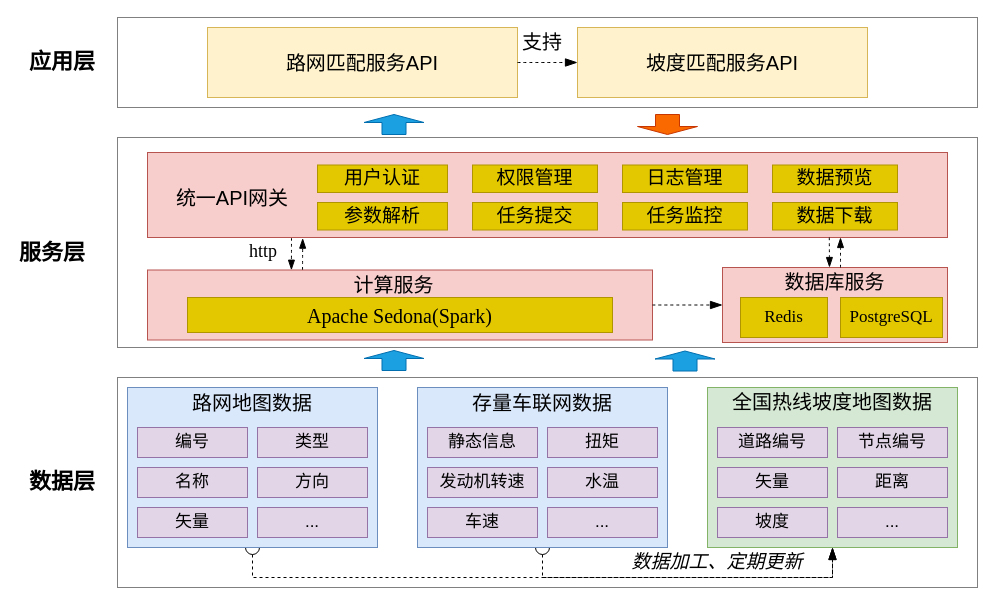
wangwuhua11/draw keeps this draw.io diagram as 车联网数据地理信息匹配服务.drawio. Above is the earlier version. Source tidied: cells renumbered, new cells numbered last; positions are measured from the earlier drawing's top-left corner, leaving out a move shared by most shapes. Both pictures are drawn from the tidied source at 100%, with x=0, y=0 at pixel (17, 17).
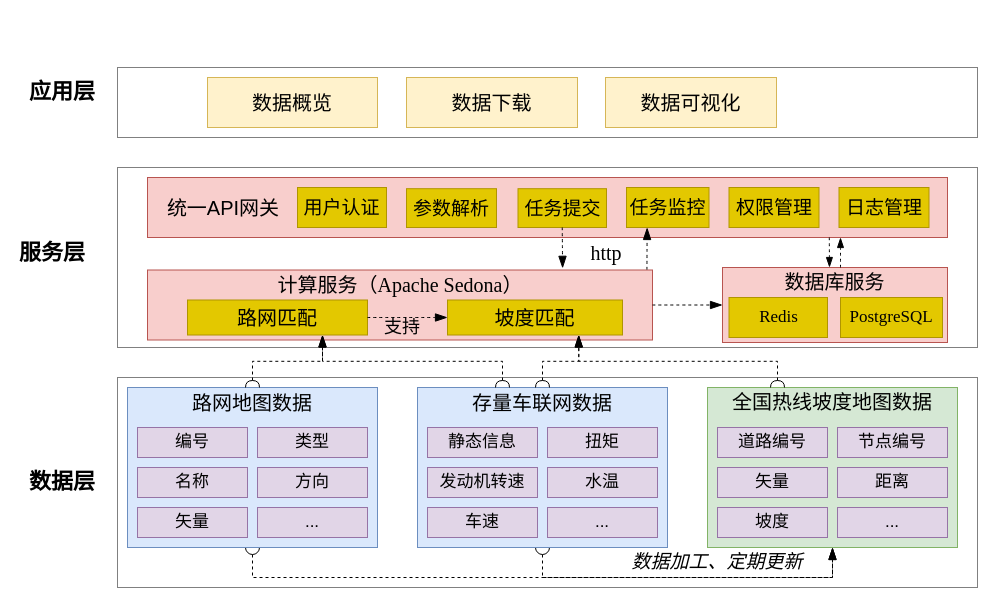
Above is the later version.

Commit message (it also covers changes not shown here):
更新车联网数据地理信息匹配服务.drawio

The change refers to these unchanged cells:
```xml
<mxCell id="17" value="路网地图数据" style="text;strokeColor=none;fillColor=none;html=1;align=center;verticalAlign=middle;whiteSpace=wrap;rounded=0;fontSize=20;fontFamily=宋体;" parent="1" vertex="1">
  <mxGeometry x="170" y="370" width="130" height="30" as="geometry" />
</mxCell>
<mxCell id="18" value="存量车联网数据" style="text;strokeColor=none;fillColor=none;html=1;align=center;verticalAlign=middle;whiteSpace=wrap;rounded=0;fontSize=20;fontFamily=宋体;" parent="1" vertex="1">
  <mxGeometry x="445" y="370" width="160" height="30" as="geometry" />
</mxCell>
<mxCell id="19" value="&lt;span style=&quot;font-family: 宋体;&quot;&gt;全国热线坡度地图数据&lt;/span&gt;" style="text;strokeColor=none;fillColor=none;html=1;align=center;verticalAlign=middle;whiteSpace=wrap;rounded=0;fontSize=20;fontFamily=Architects Daughter;" parent="1" vertex="1">
  <mxGeometry x="705" y="370" width="220" height="30" as="geometry" />
</mxCell>
<mxCell id="38" style="rounded=0;whiteSpace=wrap;html=1;fontFamily=宋体;fillColor=#f8cecc;strokeColor=#b85450;" parent="1" vertex="1">
  <mxGeometry x="130" y="252.5" width="505" height="70" as="geometry" />
</mxCell>
```

Change to the diagram source:
```diff
@@
     <mxCell id="2" style="rounded=0;whiteSpace=wrap;html=1;fontFamily=Architects Daughter;fillColor=none;strokeWidth=1;strokeColor=#808080;" parent="1" vertex="1">
-      <mxGeometry x="100" y="120" width="860" height="210" as="geometry" />
+      <mxGeometry x="100" y="150" width="860" height="180" as="geometry" />
     </mxCell>
     <mxCell id="3" style="rounded=0;whiteSpace=wrap;html=1;fontFamily=Architects Daughter;fillColor=none;strokeWidth=1;strokeColor=#808080;" parent="1" vertex="1">
-      <mxGeometry x="100" width="860" height="90" as="geometry" />
+      <mxGeometry x="100" y="50" width="860" height="70" as="geometry" />
     </mxCell>
@@
-    <mxCell id="9" value="&lt;font style=&quot;font-size: 20px;&quot;&gt;路网匹配服务API&lt;/font&gt;" style="rounded=0;whiteSpace=wrap;html=1;fontFamily=宋体;fillColor=#fff2cc;strokeColor=#d6b656;" parent="1" vertex="1">
-      <mxGeometry x="190" y="10" width="310" height="70" as="geometry" />
+    <mxCell id="9" value="&lt;span style=&quot;font-size: 20px;&quot;&gt;数据概览&lt;/span&gt;" style="rounded=0;whiteSpace=wrap;html=1;fontFamily=宋体;fillColor=#fff2cc;strokeColor=#d6b656;" parent="1" vertex="1">
+      <mxGeometry x="190" y="60" width="170" height="50" as="geometry" />
     </mxCell>
@@
-    <mxCell id="12" value="&lt;font style=&quot;font-size: 20px;&quot;&gt;坡度匹配服务API&lt;/font&gt;" style="rounded=0;whiteSpace=wrap;html=1;fontFamily=宋体;fillColor=#fff2cc;strokeColor=#d6b656;" parent="1" vertex="1">
-      <mxGeometry x="560" y="10" width="290" height="70" as="geometry" />
+    <mxCell id="12" value="&lt;font style=&quot;font-size: 20px;&quot;&gt;数据下载&lt;/font&gt;" style="rounded=0;whiteSpace=wrap;html=1;fontFamily=宋体;fillColor=#fff2cc;strokeColor=#d6b656;" parent="1" vertex="1">
+      <mxGeometry x="389" y="60" width="171" height="50" as="geometry" />
     </mxCell>
@@
     <mxCell id="14" value="&lt;b&gt;&lt;font style=&quot;font-size: 22px;&quot; face=&quot;宋体&quot;&gt;应用层&lt;/font&gt;&lt;/b&gt;" style="text;strokeColor=none;fillColor=none;html=1;align=center;verticalAlign=middle;whiteSpace=wrap;rounded=0;fontSize=20;fontFamily=Architects Daughter;" parent="1" vertex="1">
-      <mxGeometry x="10" y="30" width="70" height="30" as="geometry" />
+      <mxGeometry x="10" y="60" width="70" height="30" as="geometry" />
     </mxCell>
-    <mxCell id="15" style="edgeStyle=none;jettySize=auto;html=1;rounded=0;fontFamily=Architects Daughter;fontSize=16;startSize=14;endArrow=blockThin;endSize=10;sourcePerimeterSpacing=8;targetPerimeterSpacing=8;curved=1;exitX=1;exitY=0.5;exitDx=0;exitDy=0;entryX=0;entryY=0.5;entryDx=0;entryDy=0;dashed=1;endFill=1;" parent="1" edge="1" source="9" target="12">
-      <mxGeometry relative="1" as="geometry" />
-    </mxCell>
-    <mxCell id="16" value="&lt;font face=&quot;宋体&quot;&gt;支持&lt;/font&gt;" style="text;strokeColor=none;fillColor=none;html=1;align=center;verticalAlign=middle;whiteSpace=wrap;rounded=0;fontSize=20;fontFamily=Architects Daughter;" parent="1" vertex="1">
-      <mxGeometry x="500" y="10" width="50" height="30" as="geometry" />
-    </mxCell>
@@
     <mxCell id="40" style="rounded=0;whiteSpace=wrap;html=1;fontFamily=宋体;fillColor=#f8cecc;strokeColor=#b85450;" parent="1" vertex="1">
-      <mxGeometry x="130" y="135" width="800" height="85" as="geometry" />
+      <mxGeometry x="130" y="160" width="800" height="60" as="geometry" />
     </mxCell>
     <mxCell id="41" value="Redis" style="rounded=0;whiteSpace=wrap;html=1;fontFamily=Times New Roman;fontSize=17;fillColor=#e3c800;fontColor=#000000;strokeColor=#B09500;" parent="1" vertex="1">
-      <mxGeometry x="723" y="280" width="87" height="40" as="geometry" />
+      <mxGeometry x="711.5" y="280" width="98.5" height="40" as="geometry" />
     </mxCell>
@@
-    <mxCell id="44" value="&lt;span style=&quot;font-family: &amp;quot;Times New Roman&amp;quot;; font-size: 20px;&quot;&gt;Apache Sedona(Spark)&lt;/span&gt;" style="rounded=0;whiteSpace=wrap;html=1;fontFamily=Architects Daughter;fillColor=#e3c800;fontColor=#000000;strokeColor=#B09500;" parent="1" vertex="1">
-      <mxGeometry x="170" y="280" width="425" height="35" as="geometry" />
+    <mxCell id="44" value="&lt;font style=&quot;font-size: 20px;&quot; face=&quot;宋体&quot;&gt;路网匹配&lt;/font&gt;" style="rounded=0;whiteSpace=wrap;html=1;fontFamily=Architects Daughter;fillColor=#e3c800;fontColor=#000000;strokeColor=#B09500;" parent="1" vertex="1">
+      <mxGeometry x="170" y="282.5" width="180" height="35" as="geometry" />
     </mxCell>
-    <mxCell id="45" value="&lt;font face=&quot;宋体&quot;&gt;计算服务&lt;/font&gt;" style="text;strokeColor=none;fillColor=none;html=1;align=center;verticalAlign=middle;whiteSpace=wrap;rounded=0;fontSize=20;fontFamily=Architects Daughter;" parent="1" vertex="1">
-      <mxGeometry x="318" y="252.5" width="117" height="30" as="geometry" />
+    <mxCell id="45" value="&lt;font face=&quot;宋体&quot;&gt;计算服务（&lt;/font&gt;&lt;span style=&quot;font-family: &amp;quot;Times New Roman&amp;quot;;&quot;&gt;Apache Sedona&lt;/span&gt;&lt;font face=&quot;宋体&quot;&gt;）&lt;/font&gt;" style="text;strokeColor=none;fillColor=none;html=1;align=center;verticalAlign=middle;whiteSpace=wrap;rounded=0;fontSize=20;fontFamily=Architects Daughter;" parent="1" vertex="1">
+      <mxGeometry x="256.5" y="252.5" width="252" height="30" as="geometry" />
     </mxCell>
-    <mxCell id="46" value="&lt;font style=&quot;font-size: 18px;&quot; face=&quot;Times New Roman&quot;&gt;http&lt;/font&gt;" style="text;strokeColor=none;fillColor=none;html=1;align=center;verticalAlign=middle;whiteSpace=wrap;rounded=0;fontSize=18;fontFamily=Architects Daughter;" parent="1" vertex="1">
-      <mxGeometry x="221" y="221" width="50" height="25" as="geometry" />
+    <mxCell id="46" value="&lt;font style=&quot;font-size: 20px;&quot; face=&quot;Times New Roman&quot;&gt;http&lt;/font&gt;" style="text;strokeColor=none;fillColor=none;html=1;align=center;verticalAlign=middle;whiteSpace=wrap;rounded=0;fontSize=18;fontFamily=Architects Daughter;" parent="1" vertex="1">
+      <mxGeometry x="564" y="223.5" width="50" height="25" as="geometry" />
     </mxCell>
@@
     <mxCell id="48" value="&lt;span style=&quot;font-family: 宋体;&quot;&gt;统一API网关&lt;/span&gt;" style="text;strokeColor=none;fillColor=none;html=1;align=center;verticalAlign=middle;whiteSpace=wrap;rounded=0;fontSize=20;fontFamily=Architects Daughter;" parent="1" vertex="1">
-      <mxGeometry x="150" y="165.5" width="130" height="30" as="geometry" />
+      <mxGeometry x="141" y="175.6" width="130" height="30" as="geometry" />
     </mxCell>
-    <mxCell id="49" value="用户认证" style="rounded=0;whiteSpace=wrap;html=1;fontFamily=宋体;fontSize=19;fillColor=#e3c800;fontColor=#000000;strokeColor=#B09500;" parent="1" vertex="1">
-      <mxGeometry x="300" y="147.5" width="130" height="27.5" as="geometry" />
+    <mxCell id="49" value="&lt;p style=&quot;line-height: 100%;&quot;&gt;用户认证&lt;/p&gt;" style="rounded=0;whiteSpace=wrap;html=1;fontFamily=宋体;fontSize=19;fillColor=#e3c800;fontColor=#000000;strokeColor=#B09500;" parent="1" vertex="1">
+      <mxGeometry x="280" y="170" width="89" height="40" as="geometry" />
     </mxCell>
-    <mxCell id="50" value="权限管理" style="rounded=0;whiteSpace=wrap;html=1;fontFamily=宋体;fontSize=19;fillColor=#e3c800;fontColor=#000000;strokeColor=#B09500;" parent="1" vertex="1">
-      <mxGeometry x="455" y="147.5" width="125" height="27.5" as="geometry" />
+    <mxCell id="50" value="&lt;p style=&quot;line-height: 100%;&quot;&gt;权限管理&lt;/p&gt;" style="rounded=0;whiteSpace=wrap;html=1;fontFamily=宋体;fontSize=19;fillColor=#e3c800;fontColor=#000000;strokeColor=#B09500;" parent="1" vertex="1">
+      <mxGeometry x="711.5" y="170" width="90" height="40" as="geometry" />
     </mxCell>
-    <mxCell id="51" value="日志管理" style="rounded=0;whiteSpace=wrap;html=1;fontFamily=宋体;fontSize=19;fillColor=#e3c800;fontColor=#000000;strokeColor=#B09500;" parent="1" vertex="1">
-      <mxGeometry x="605" y="147.5" width="125" height="27.5" as="geometry" />
+    <mxCell id="51" value="&lt;p style=&quot;line-height: 100%;&quot;&gt;日志管理&lt;/p&gt;" style="rounded=0;whiteSpace=wrap;html=1;fontFamily=宋体;fontSize=19;fillColor=#e3c800;fontColor=#000000;strokeColor=#B09500;" parent="1" vertex="1">
+      <mxGeometry x="821.5" y="170" width="90" height="40" as="geometry" />
     </mxCell>
-    <mxCell id="52" value="参数解析" style="rounded=0;whiteSpace=wrap;html=1;fontFamily=宋体;fontSize=19;fillColor=#e3c800;fontColor=#000000;strokeColor=#B09500;" parent="1" vertex="1">
-      <mxGeometry x="300" y="185" width="130" height="27.5" as="geometry" />
+    <mxCell id="52" value="&lt;p style=&quot;line-height: 100%;&quot;&gt;参数解析&lt;/p&gt;" style="rounded=0;whiteSpace=wrap;html=1;fontFamily=宋体;fontSize=19;fillColor=#e3c800;fontColor=#000000;strokeColor=#B09500;" parent="1" vertex="1">
+      <mxGeometry x="389" y="171.2" width="90" height="38.8" as="geometry" />
     </mxCell>
-    <mxCell id="53" value="任务提交" style="rounded=0;whiteSpace=wrap;html=1;fontFamily=宋体;fontSize=19;fillColor=#e3c800;fontColor=#000000;strokeColor=#B09500;" parent="1" vertex="1">
-      <mxGeometry x="455" y="185" width="125" height="27.5" as="geometry" />
+    <mxCell id="53" value="&lt;p style=&quot;line-height: 100%;&quot;&gt;任务提交&lt;/p&gt;" style="rounded=0;whiteSpace=wrap;html=1;fontFamily=宋体;fontSize=19;fillColor=#e3c800;fontColor=#000000;strokeColor=#B09500;" parent="1" vertex="1">
+      <mxGeometry x="500.5" y="171.2" width="88.5" height="38.8" as="geometry" />
     </mxCell>
-    <mxCell id="54" value="任务监控" style="rounded=0;whiteSpace=wrap;html=1;fontFamily=宋体;fontSize=19;fillColor=#e3c800;fontColor=#000000;strokeColor=#B09500;" parent="1" vertex="1">
-      <mxGeometry x="605" y="185" width="125" height="27.5" as="geometry" />
+    <mxCell id="54" value="&lt;p style=&quot;line-height: 100%;&quot;&gt;任务监控&lt;/p&gt;" style="rounded=0;whiteSpace=wrap;html=1;fontFamily=宋体;fontSize=19;fillColor=#e3c800;fontColor=#000000;strokeColor=#B09500;" parent="1" vertex="1">
+      <mxGeometry x="609" y="170" width="82.5" height="40" as="geometry" />
     </mxCell>
-    <mxCell id="55" value="数据预览" style="rounded=0;whiteSpace=wrap;html=1;fontFamily=宋体;fontSize=19;fillColor=#e3c800;fontColor=#000000;strokeColor=#B09500;" parent="1" vertex="1">
-      <mxGeometry x="755" y="147.5" width="125" height="27.5" as="geometry" />
-    </mxCell>
-    <mxCell id="56" value="数据下载" style="rounded=0;whiteSpace=wrap;html=1;fontFamily=宋体;fontSize=19;fillColor=#e3c800;fontColor=#000000;strokeColor=#B09500;" parent="1" vertex="1">
-      <mxGeometry x="755" y="185" width="125" height="27.5" as="geometry" />
-    </mxCell>
-    <mxCell id="57" style="edgeStyle=none;jettySize=auto;html=1;rounded=0;fontFamily=Architects Daughter;fontSize=16;startSize=14;endArrow=blockThin;endSize=8;sourcePerimeterSpacing=8;targetPerimeterSpacing=8;curved=1;exitX=0.18;exitY=1.006;exitDx=0;exitDy=0;exitPerimeter=0;entryX=0.285;entryY=0.003;entryDx=0;entryDy=0;entryPerimeter=0;dashed=1;endFill=1;" parent="1" edge="1" source="40" target="38">
-      <mxGeometry relative="1" as="geometry" />
-    </mxCell>
-    <mxCell id="58" style="edgeStyle=none;jettySize=auto;html=1;rounded=0;fontFamily=Architects Daughter;fontSize=16;startSize=14;endArrow=blockThin;endSize=8;sourcePerimeterSpacing=8;targetPerimeterSpacing=8;curved=1;exitX=0.307;exitY=-0.004;exitDx=0;exitDy=0;exitPerimeter=0;dashed=1;endFill=1;entryX=0.194;entryY=1.008;entryDx=0;entryDy=0;entryPerimeter=0;" parent="1" edge="1" source="38" target="40">
-      <mxGeometry relative="1" as="geometry" />
-    </mxCell>
@@
-    <mxCell id="62" style="shape=singleArrow;whiteSpace=wrap;html=1;arrowWidth=0.4;arrowSize=0.4;fontFamily=Architects Daughter;rotation=-90;fillColor=#1ba1e2;fontColor=#ffffff;strokeColor=#006EAF;" parent="1" vertex="1">
-      <mxGeometry x="366.5" y="313" width="20" height="60" as="geometry" />
-    </mxCell>
-    <mxCell id="63" style="shape=singleArrow;whiteSpace=wrap;html=1;arrowWidth=0.4;arrowSize=0.4;fontFamily=Architects Daughter;rotation=-90;fillColor=#1ba1e2;fontColor=#ffffff;strokeColor=#006EAF;" parent="1" vertex="1">
-      <mxGeometry x="657.5" y="313.5" width="20" height="60" as="geometry" />
-    </mxCell>
-    <mxCell id="64" style="shape=singleArrow;whiteSpace=wrap;html=1;arrowWidth=0.4;arrowSize=0.4;fontFamily=Architects Daughter;rotation=-90;fillColor=#1ba1e2;strokeColor=#006EAF;fontColor=#ffffff;" parent="1" vertex="1">
-      <mxGeometry x="366.5" y="77" width="20" height="60" as="geometry" />
-    </mxCell>
-    <mxCell id="65" style="shape=singleArrow;whiteSpace=wrap;html=1;arrowWidth=0.4;arrowSize=0.4;fontFamily=Architects Daughter;rotation=-90;direction=west;fillColor=#fa6800;fontColor=#000000;strokeColor=#C73500;" parent="1" vertex="1">
-      <mxGeometry x="640" y="77" width="20" height="60" as="geometry" />
-    </mxCell>
+    <mxCell id="66" value="&lt;font style=&quot;font-size: 20px;&quot; face=&quot;宋体&quot;&gt;坡度匹配&lt;/font&gt;" style="rounded=0;whiteSpace=wrap;html=1;fontFamily=Architects Daughter;fillColor=#e3c800;fontColor=#000000;strokeColor=#B09500;" parent="1" vertex="1">
+      <mxGeometry x="430" y="282.5" width="175" height="35" as="geometry" />
+    </mxCell>
+    <mxCell id="67" style="edgeStyle=none;jettySize=auto;html=1;rounded=0;fontFamily=Architects Daughter;fontSize=16;startSize=14;endArrow=blockThin;endSize=10;sourcePerimeterSpacing=8;targetPerimeterSpacing=8;curved=1;exitX=1;exitY=0.5;exitDx=0;exitDy=0;entryX=0;entryY=0.5;entryDx=0;entryDy=0;dashed=1;endFill=1;" parent="1" edge="1" source="44" target="66">
+      <mxGeometry relative="1" as="geometry" />
+    </mxCell>
+    <mxCell id="16" value="&lt;font style=&quot;font-size: 18px;&quot; face=&quot;宋体&quot;&gt;支持&lt;/font&gt;" style="text;strokeColor=none;fillColor=none;html=1;align=center;verticalAlign=middle;whiteSpace=wrap;rounded=0;fontSize=18;fontFamily=Architects Daughter;" parent="1" vertex="1">
+      <mxGeometry x="360" y="300" width="50" height="20" as="geometry" />
+    </mxCell>
+    <mxCell id="68" style="edgeStyle=orthogonalEdgeStyle;jettySize=auto;html=1;rounded=0;fontFamily=Architects Daughter;fontSize=16;startSize=5;endArrow=blockThin;endSize=10;sourcePerimeterSpacing=8;targetPerimeterSpacing=8;dashed=1;endFill=1;entryX=0.75;entryY=1;entryDx=0;entryDy=0;exitX=0.5;exitY=0;exitDx=0;exitDy=0;startArrow=halfCircle;startFill=0;" parent="1" edge="1" source="17" target="44">
+      <mxGeometry relative="1" as="geometry" />
+    </mxCell>
+    <mxCell id="69" style="edgeStyle=orthogonalEdgeStyle;jettySize=auto;html=1;rounded=0;fontFamily=Architects Daughter;fontSize=16;startSize=5;endArrow=blockThin;endSize=10;sourcePerimeterSpacing=8;targetPerimeterSpacing=8;dashed=1;endFill=1;entryX=0.75;entryY=1;entryDx=0;entryDy=0;exitX=0.25;exitY=0;exitDx=0;exitDy=0;startArrow=halfCircle;startFill=0;" parent="1" edge="1" source="18" target="44">
+      <mxGeometry relative="1" as="geometry" />
+    </mxCell>
+    <mxCell id="70" style="edgeStyle=orthogonalEdgeStyle;jettySize=auto;html=1;rounded=0;fontFamily=Architects Daughter;fontSize=16;startSize=5;endArrow=blockThin;endSize=10;sourcePerimeterSpacing=8;targetPerimeterSpacing=8;dashed=1;endFill=1;entryX=0.75;entryY=1;entryDx=0;entryDy=0;exitX=0.5;exitY=0;exitDx=0;exitDy=0;startArrow=halfCircle;startFill=0;" parent="1" edge="1" source="18" target="66">
+      <mxGeometry relative="1" as="geometry" />
+    </mxCell>
+    <mxCell id="71" style="edgeStyle=orthogonalEdgeStyle;jettySize=auto;html=1;rounded=0;fontFamily=Architects Daughter;fontSize=16;startSize=5;endArrow=blockThin;endSize=10;sourcePerimeterSpacing=8;targetPerimeterSpacing=8;dashed=1;endFill=1;entryX=0.75;entryY=1;entryDx=0;entryDy=0;exitX=0.25;exitY=0;exitDx=0;exitDy=0;startArrow=halfCircle;startFill=0;" parent="1" edge="1" source="19" target="66">
+      <mxGeometry relative="1" as="geometry" />
+    </mxCell>
+    <mxCell id="72" value="&lt;font style=&quot;font-size: 20px;&quot;&gt;数据可视化&lt;/font&gt;" style="rounded=0;whiteSpace=wrap;html=1;fontFamily=宋体;fillColor=#fff2cc;strokeColor=#d6b656;" parent="1" vertex="1">
+      <mxGeometry x="588" y="60" width="171" height="50" as="geometry" />
+    </mxCell>
+    <mxCell id="73" style="edgeStyle=none;jettySize=auto;html=1;rounded=0;fontFamily=Architects Daughter;fontSize=16;startSize=14;endArrow=blockThin;endSize=10;sourcePerimeterSpacing=8;targetPerimeterSpacing=8;curved=1;endFill=1;dashed=1;exitX=0.5;exitY=1;exitDx=0;exitDy=0;entryX=0.822;entryY=-0.024;entryDx=0;entryDy=0;entryPerimeter=0;" parent="1" edge="1" source="53" target="38">
+      <mxGeometry relative="1" as="geometry" />
+    </mxCell>
+    <mxCell id="74" style="edgeStyle=none;jettySize=auto;html=1;rounded=0;fontFamily=Architects Daughter;fontSize=16;startSize=14;endArrow=blockThin;endSize=10;sourcePerimeterSpacing=8;targetPerimeterSpacing=8;curved=1;endFill=1;dashed=1;entryX=0.25;entryY=1;entryDx=0;entryDy=0;exitX=0.989;exitY=-0.006;exitDx=0;exitDy=0;exitPerimeter=0;" parent="1" edge="1" source="38" target="54">
+      <mxGeometry relative="1" as="geometry" />
+    </mxCell>
```
